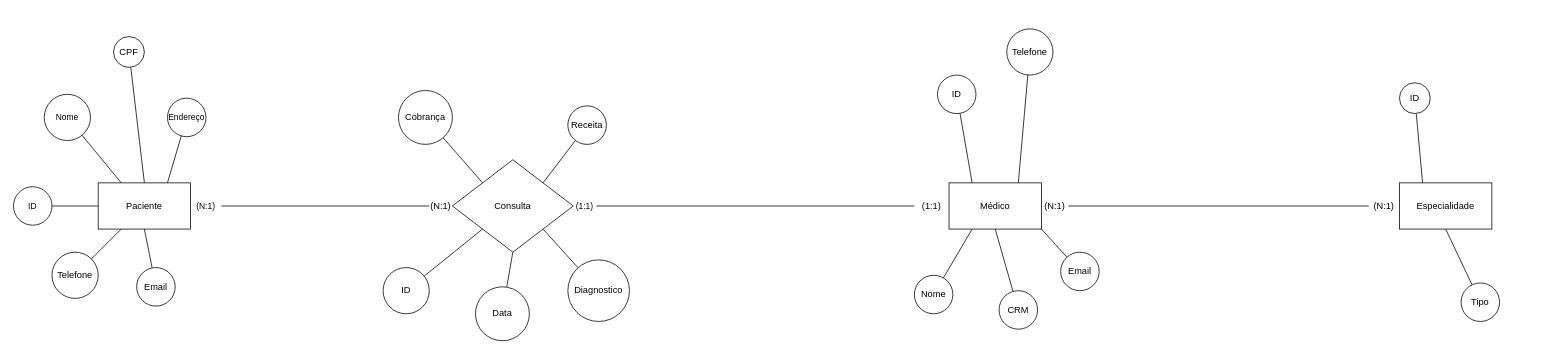
marcel-aita/DEVNOITE keeps this draw.io diagram as page "Sistema de Gestão de Saúde" (3 of 3) of BD/Exercicios_DER/exercicios_DER.drawio. Above is the earlier version. Source tidied: cells renumbered, new cells numbered last; positions are measured from the earlier drawing's top-left corner, leaving out a move shared by most shapes. Both pictures are drawn from the tidied source at 77%, with x=0, y=0 at pixel (13, 28).
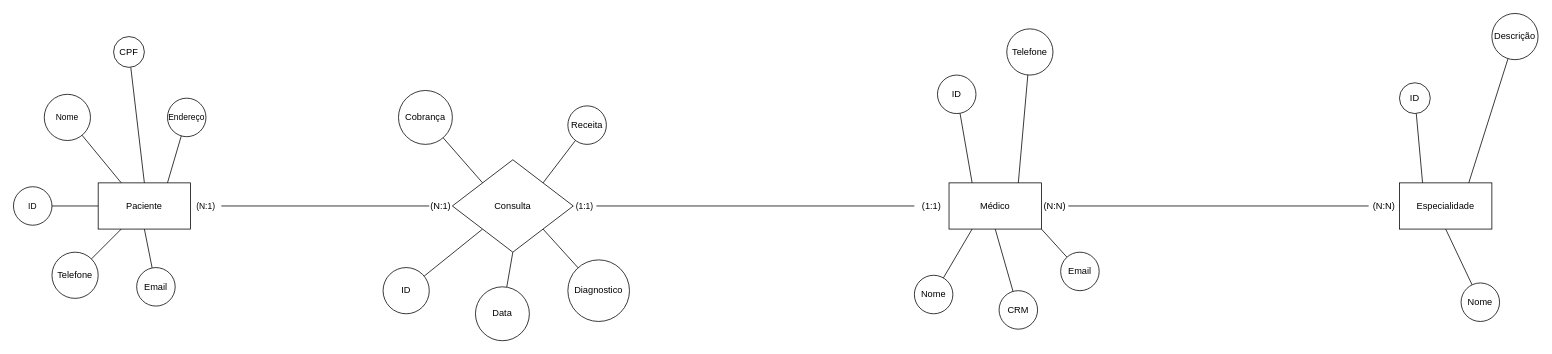
The same page after the edit.

The change refers to these unchanged cells:
```xml
<mxCell id="27" value="Especialidade" style="rounded=0;whiteSpace=wrap;html=1;shadow=0;glass=0;sketch=0;" parent="1" vertex="1">
  <mxGeometry x="1800" y="200" width="120" height="60" as="geometry" />
</mxCell>
```

What changed in the source:
```diff
@@
+    <mxCell id="58" style="edgeStyle=none;html=1;exitX=0.75;exitY=0;exitDx=0;exitDy=0;endArrow=none;endFill=0;" parent="1" edge="1" source="27" target="59">
+      <mxGeometry relative="1" as="geometry" />
+    </mxCell>
@@
-    <mxCell id="53" value="(N:1)" style="text;html=1;align=center;verticalAlign=middle;whiteSpace=wrap;rounded=0;fontFamily=Helvetica;fontSize=12;fontColor=default;" parent="1" vertex="1">
+    <mxCell id="53" value="(N:N)" style="text;html=1;align=center;verticalAlign=middle;whiteSpace=wrap;rounded=0;fontFamily=Helvetica;fontSize=12;fontColor=default;" parent="1" vertex="1">
       <mxGeometry x="1335" y="215" width="35" height="30" as="geometry" />
     </mxCell>
@@
-    <mxCell id="55" value="Tipo" style="ellipse;whiteSpace=wrap;html=1;rounded=0;strokeColor=default;align=center;verticalAlign=middle;fontFamily=Helvetica;fontSize=12;fontColor=default;fillColor=default;" parent="1" vertex="1">
+    <mxCell id="55" value="Nome" style="ellipse;whiteSpace=wrap;html=1;rounded=0;strokeColor=default;align=center;verticalAlign=middle;fontFamily=Helvetica;fontSize=12;fontColor=default;fillColor=default;" parent="1" vertex="1">
       <mxGeometry x="1880" y="330" width="50" height="50" as="geometry" />
     </mxCell>
@@
-    <mxCell id="57" value="(N:1)" style="text;html=1;align=center;verticalAlign=middle;whiteSpace=wrap;rounded=0;fontFamily=Helvetica;fontSize=12;fontColor=default;" parent="1" vertex="1">
+    <mxCell id="57" value="(N:N)" style="text;html=1;align=center;verticalAlign=middle;whiteSpace=wrap;rounded=0;fontFamily=Helvetica;fontSize=12;fontColor=default;" parent="1" vertex="1">
       <mxGeometry x="1760" y="215" width="40" height="30" as="geometry" />
     </mxCell>
+    <mxCell id="59" value="Descrição" style="ellipse;whiteSpace=wrap;html=1;" parent="1" vertex="1">
+      <mxGeometry x="1920" y="-20" width="60" height="60" as="geometry" />
+    </mxCell>
```
